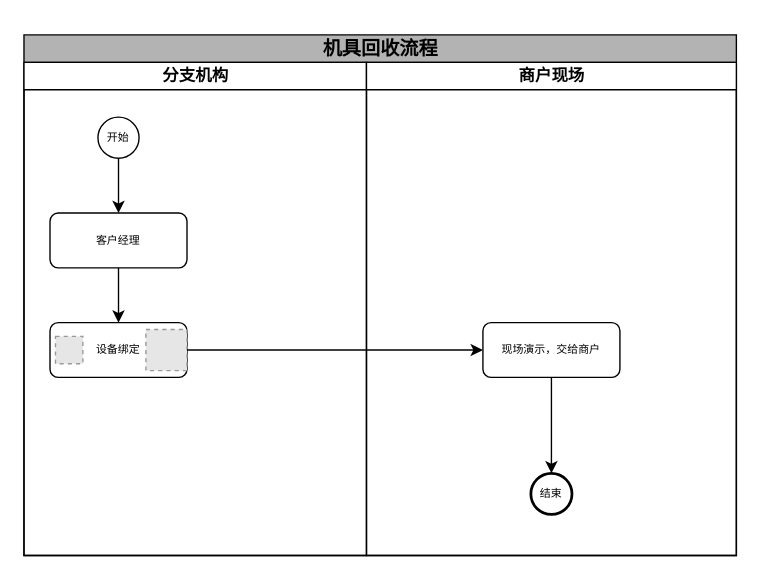
Earlier version of the draw.io diagram 设备回收流程.drawio (zhao123456/draw). Source tidied: cells renumbered, new cells numbered last; positions are measured from the earlier drawing's top-left corner, leaving out a move shared by most shapes. Both pictures are drawn from the tidied source at 137%, with x=0, y=0 at pixel (23, 34). Pictures stored in the file or linked from it are replaced by grey dashed boxes.
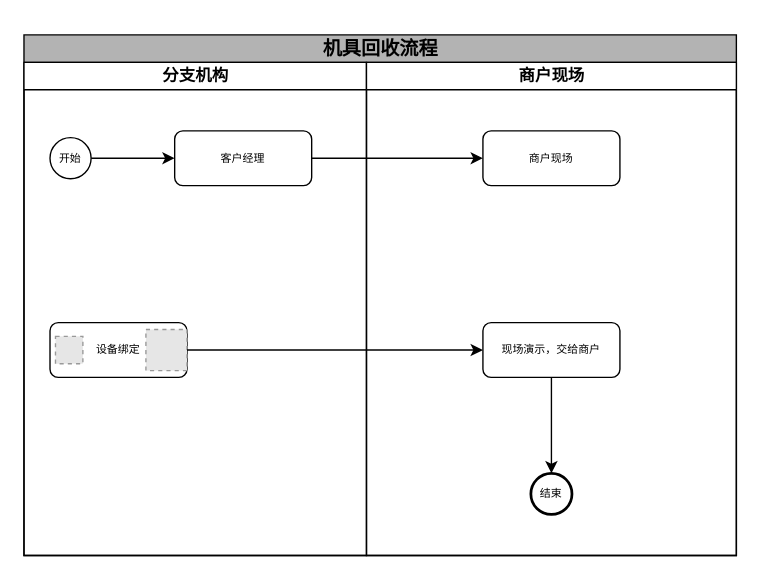
The same diagram, later.

Commit message (it also covers changes not shown here):
更新设备回收流程.drawio

Diff of the diagram source:
```diff
@@
 <mxGraphModel>
   <root>
     <mxCell id="0" />
     <mxCell id="1" parent="0" />
     <mxCell id="2" value="&lt;h2&gt;&lt;span style=&quot;font-size: 14px;&quot;&gt;机具回收流程&lt;/span&gt;&lt;/h2&gt;" style="swimlane;html=1;startSize=20;rounded=0;shadow=0;labelBackgroundColor=none;strokeWidth=1;fontFamily=Verdana;fontSize=8;align=center;fillColor=#B3B3B3;" parent="1" vertex="1">
       <mxGeometry width="520" height="380" as="geometry" />
     </mxCell>
     <mxCell id="3" value="分支机构" style="swimlane;html=1;startSize=20;" parent="2" vertex="1">
       <mxGeometry y="20" width="250" height="360" as="geometry" />
     </mxCell>
-    <mxCell id="4" style="edgeStyle=orthogonalEdgeStyle;rounded=0;jettySize=auto;html=1;entryX=0.5;entryY=0;entryDx=0;entryDy=0;" parent="3" edge="1" source="5" target="7">
+    <mxCell id="4" style="edgeStyle=orthogonalEdgeStyle;rounded=0;jettySize=auto;html=1;" parent="3" edge="1" source="5" target="7">
       <mxGeometry relative="1" as="geometry" />
     </mxCell>
     <mxCell id="5" value="开始" style="ellipse;whiteSpace=wrap;html=1;rounded=0;shadow=0;labelBackgroundColor=none;strokeWidth=1;fontFamily=Verdana;fontSize=8;align=center;" parent="3" vertex="1">
-      <mxGeometry x="54" y="40" width="30" height="30" as="geometry" />
+      <mxGeometry x="19" y="55" width="30" height="30" as="geometry" />
     </mxCell>
-    <mxCell id="6" style="edgeStyle=orthogonalEdgeStyle;rounded=0;jettySize=auto;html=1;entryX=0.5;entryY=0;entryDx=0;entryDy=0;" parent="3" edge="1" source="7" target="8">
-      <mxGeometry relative="1" as="geometry" />
-    </mxCell>
     <mxCell id="7" value="客户经理" style="rounded=1;whiteSpace=wrap;html=1;shadow=0;labelBackgroundColor=none;strokeWidth=1;fontFamily=Verdana;fontSize=8;align=center;" parent="3" vertex="1">
-      <mxGeometry x="19" y="110" width="100" height="40" as="geometry" />
+      <mxGeometry x="110" y="50" width="100" height="40" as="geometry" />
     </mxCell>
     <mxCell id="8" value="设备绑定" style="rounded=1;whiteSpace=wrap;html=1;shadow=0;labelBackgroundColor=none;strokeWidth=1;fontFamily=Verdana;fontSize=8;align=center;" parent="3" vertex="1">
       <mxGeometry x="19" y="190" width="100" height="40" as="geometry" />
     </mxCell>
     <mxCell id="9" style="fillColor=#E6E6E6;strokeColor=#999999;dashed=1;verticalLabelPosition=bottom;labelBackgroundColor=default;verticalAlign=top;" parent="3" vertex="1">
       <mxGeometry x="89" y="195" width="30" height="30" as="geometry" />
     </mxCell>
     <mxCell id="10" style="fillColor=#E6E6E6;strokeColor=#999999;dashed=1;verticalLabelPosition=bottom;labelBackgroundColor=default;verticalAlign=top;" parent="3" vertex="1">
       <mxGeometry x="23" y="200" width="20" height="20" as="geometry" />
     </mxCell>
     <mxCell id="11" value="商户现场" style="swimlane;html=1;startSize=20;" parent="2" vertex="1">
       <mxGeometry x="250" y="20" width="270" height="360" as="geometry" />
     </mxCell>
     <mxCell id="12" style="edgeStyle=orthogonalEdgeStyle;rounded=0;jettySize=auto;html=1;" parent="11" edge="1" source="13" target="14">
       <mxGeometry relative="1" as="geometry" />
     </mxCell>
     <mxCell id="13" value="现场演示，交给商户" style="rounded=1;whiteSpace=wrap;html=1;shadow=0;labelBackgroundColor=none;strokeWidth=1;fontFamily=Verdana;fontSize=8;align=center;" parent="11" vertex="1">
       <mxGeometry x="85" y="190" width="100" height="40" as="geometry" />
     </mxCell>
     <mxCell id="14" value="结束" style="ellipse;whiteSpace=wrap;html=1;rounded=0;shadow=0;labelBackgroundColor=none;strokeWidth=2;fontFamily=Verdana;fontSize=8;align=center;" parent="11" vertex="1">
       <mxGeometry x="120" y="300" width="30" height="30" as="geometry" />
     </mxCell>
+    <mxCell id="16" value="商户现场" style="rounded=1;whiteSpace=wrap;html=1;shadow=0;labelBackgroundColor=none;strokeWidth=1;fontFamily=Verdana;fontSize=8;align=center;" parent="11" vertex="1">
+      <mxGeometry x="85" y="50" width="100" height="40" as="geometry" />
+    </mxCell>
     <mxCell id="15" style="edgeStyle=orthogonalEdgeStyle;rounded=0;jettySize=auto;html=1;entryX=0;entryY=0.5;entryDx=0;entryDy=0;" parent="2" edge="1" source="8" target="13">
       <mxGeometry relative="1" as="geometry" />
     </mxCell>
+    <mxCell id="17" style="edgeStyle=orthogonalEdgeStyle;rounded=0;jettySize=auto;html=1;entryX=0;entryY=0.5;entryDx=0;entryDy=0;" parent="2" edge="1" source="7" target="16">
+      <mxGeometry relative="1" as="geometry" />
+    </mxCell>
   </root>
 </mxGraphModel>
```
